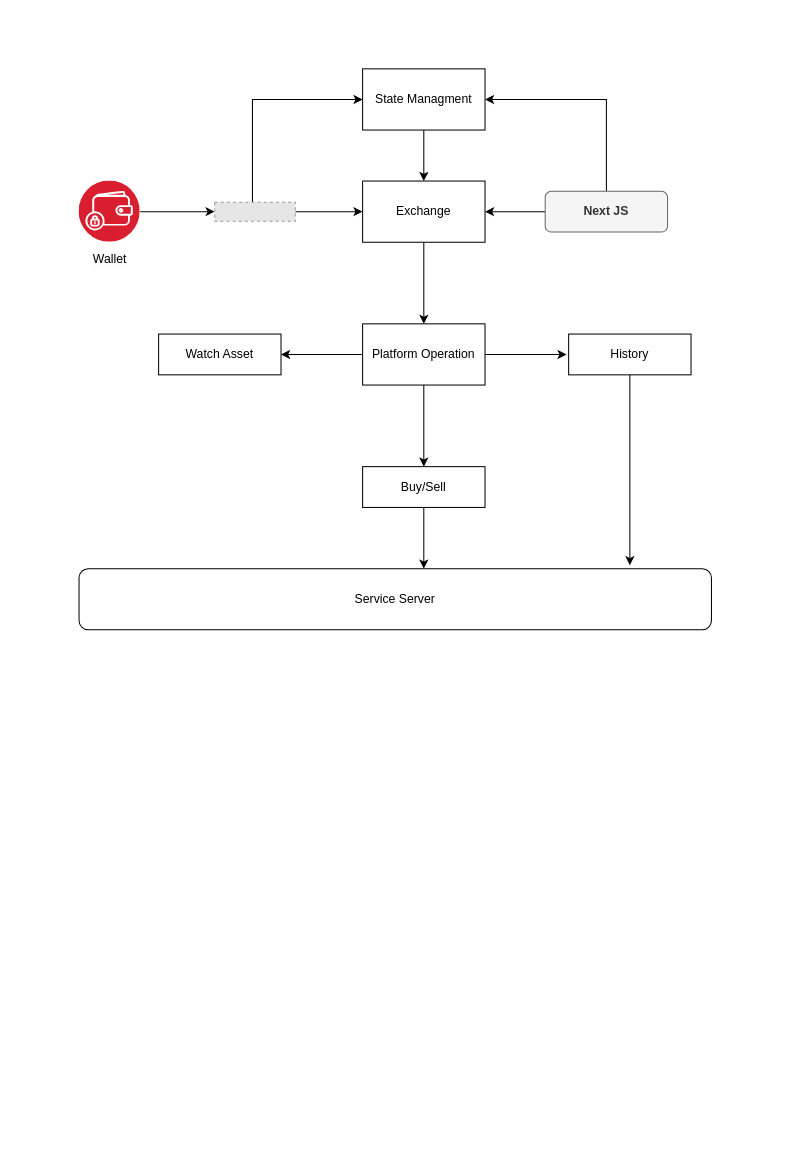
Before: EXchangeCustomTokens.drawio in ali-05-ahmed/Concept-Diagrams, a draw.io diagram. Source tidied: cells renumbered, new cells numbered last; positions are measured from the earlier drawing's top-left corner, leaving out a move shared by most shapes. Both pictures are drawn from the tidied source at 102%, with x=0, y=0 at pixel (79, 68). Pictures stored in the file or linked from it are replaced by grey dashed boxes.
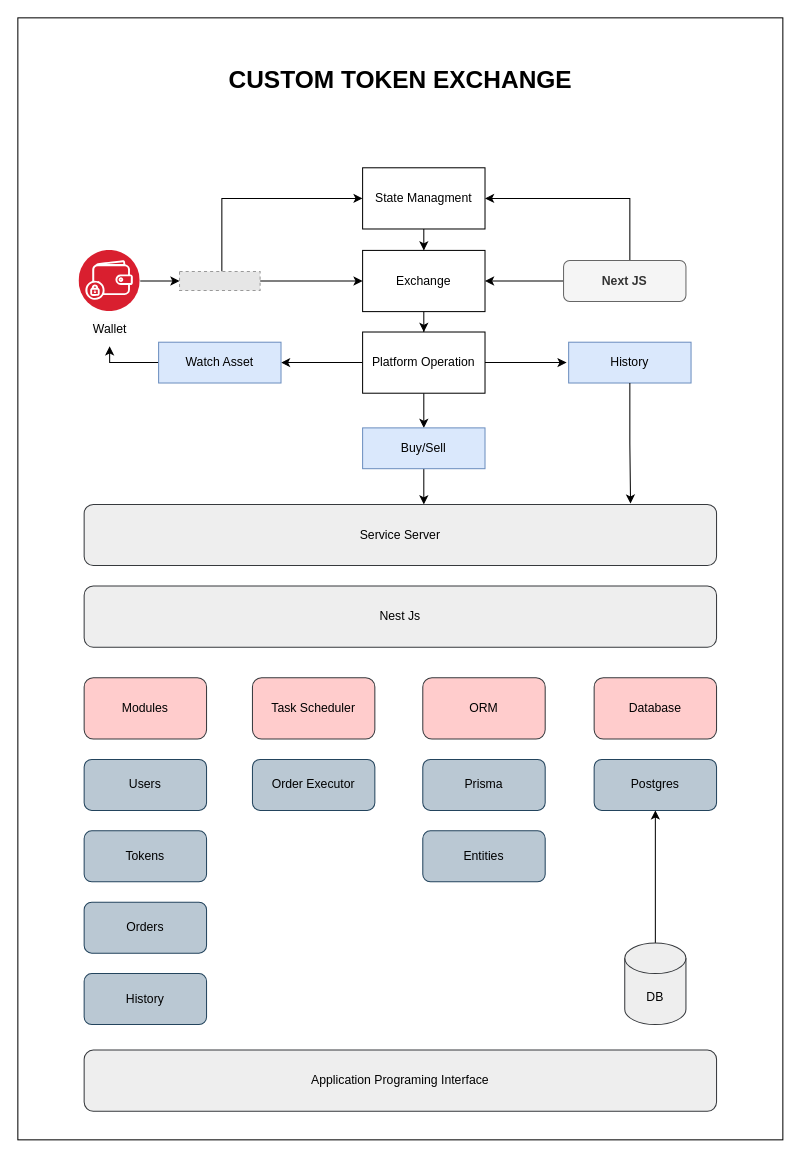
The same diagram, later.

The edit, as a diff of the source:
```diff
@@
+    <mxCell id="24" style="rounded=0;whiteSpace=wrap;html=1;" parent="1" vertex="1">
+      <mxGeometry x="-60" y="-50" width="750" height="1100" as="geometry" />
+    </mxCell>
@@
     <mxCell id="3" value="Exchange" style="rounded=0;whiteSpace=wrap;html=1;" parent="1" vertex="1">
-      <mxGeometry x="278" y="110" width="120" height="60" as="geometry" />
+      <mxGeometry x="278" y="178" width="120" height="60" as="geometry" />
     </mxCell>
@@
     <mxCell id="5" value="&lt;span style=&quot;color: rgb(0, 0, 0); text-wrap: wrap; background-color: rgb(251, 251, 251);&quot;&gt;Wallet&lt;/span&gt;" style="image;perimeter=ellipsePerimeter;html=1;align=center;shadow=0;dashed=0;fontColor=#4277BB;labelBackgroundColor=default;fontSize=12;spacingTop=3;image=img/lib/ibm/blockchain/wallet.svg;" parent="1" vertex="1">
-      <mxGeometry y="110" width="60" height="60" as="geometry" />
+      <mxGeometry y="178" width="60" height="60" as="geometry" />
     </mxCell>
@@
     <mxCell id="7" style="edgeStyle=orthogonalEdgeStyle;rounded=0;jettySize=auto;html=1;entryX=0;entryY=0.5;entryDx=0;entryDy=0;" parent="1" edge="1" source="8" target="13">
       <mxGeometry relative="1" as="geometry">
         <Array as="points">
-          <mxPoint x="170" y="30" />
+          <mxPoint x="140" y="127" />
         </Array>
       </mxGeometry>
     </mxCell>
     <mxCell id="8" style="fillColor=#E6E6E6;strokeColor=#999999;dashed=1;verticalLabelPosition=bottom;labelBackgroundColor=default;verticalAlign=top;" parent="1" vertex="1">
-      <mxGeometry x="133" y="130.7" width="79" height="18.6" as="geometry" />
+      <mxGeometry x="98.5" y="198.7" width="79" height="18.6" as="geometry" />
     </mxCell>
@@
     <mxCell id="10" style="edgeStyle=orthogonalEdgeStyle;rounded=0;jettySize=auto;html=1;entryX=1;entryY=0.5;entryDx=0;entryDy=0;" parent="1" edge="1" source="11" target="13">
       <mxGeometry relative="1" as="geometry">
         <Array as="points">
-          <mxPoint x="517" y="30" />
+          <mxPoint x="540" y="127" />
         </Array>
       </mxGeometry>
     </mxCell>
     <mxCell id="11" value="&lt;b&gt;Next JS&lt;/b&gt;" style="rounded=1;whiteSpace=wrap;html=1;fillColor=#f5f5f5;fontColor=#333333;strokeColor=#666666;" parent="1" vertex="1">
-      <mxGeometry x="457" y="120" width="120" height="40" as="geometry" />
+      <mxGeometry x="475" y="188" width="120" height="40" as="geometry" />
     </mxCell>
@@
     <mxCell id="13" value="State Managment" style="rounded=0;whiteSpace=wrap;html=1;" parent="1" vertex="1">
-      <mxGeometry x="278" width="120" height="60" as="geometry" />
+      <mxGeometry x="278" y="97" width="120" height="60" as="geometry" />
     </mxCell>
@@
     <mxCell id="16" style="edgeStyle=orthogonalEdgeStyle;rounded=0;jettySize=auto;html=1;" parent="1" edge="1" source="17">
       <mxGeometry relative="1" as="geometry">
-        <mxPoint x="478" y="280" as="targetPoint" />
+        <mxPoint x="478" y="288" as="targetPoint" />
       </mxGeometry>
     </mxCell>
     <mxCell id="17" value="Platform Operation" style="whiteSpace=wrap;html=1;rounded=0;" parent="1" vertex="1">
-      <mxGeometry x="278" y="250" width="120" height="60" as="geometry" />
+      <mxGeometry x="278" y="258" width="120" height="60" as="geometry" />
     </mxCell>
+    <mxCell id="25" style="edgeStyle=orthogonalEdgeStyle;rounded=0;jettySize=auto;html=1;" parent="1" edge="1" source="18">
+      <mxGeometry relative="1" as="geometry">
+        <mxPoint x="30" y="272" as="targetPoint" />
+        <Array as="points">
+          <mxPoint x="30" y="288" />
+        </Array>
+      </mxGeometry>
+    </mxCell>
-    <mxCell id="18" value="Watch Asset" style="whiteSpace=wrap;html=1;rounded=0;" parent="1" vertex="1">
-      <mxGeometry x="78" y="260" width="120" height="40" as="geometry" />
+    <mxCell id="18" value="Watch Asset" style="whiteSpace=wrap;html=1;rounded=0;fillColor=#dae8fc;strokeColor=#6c8ebf;" parent="1" vertex="1">
+      <mxGeometry x="78" y="268" width="120" height="40" as="geometry" />
     </mxCell>
     <mxCell id="19" style="edgeStyle=orthogonalEdgeStyle;rounded=0;jettySize=auto;html=1;" parent="1" edge="1" source="20" target="22">
       <mxGeometry relative="1" as="geometry">
         <Array as="points">
-          <mxPoint x="338" y="470" />
-          <mxPoint x="338" y="470" />
+          <mxPoint x="338" y="422" />
+          <mxPoint x="338" y="422" />
         </Array>
       </mxGeometry>
     </mxCell>
-    <mxCell id="20" value="Buy/Sell" style="whiteSpace=wrap;html=1;rounded=0;" parent="1" vertex="1">
-      <mxGeometry x="278" y="390" width="120" height="40" as="geometry" />
+    <mxCell id="20" value="Buy/Sell" style="whiteSpace=wrap;html=1;rounded=0;fillColor=#dae8fc;strokeColor=#6c8ebf;" parent="1" vertex="1">
+      <mxGeometry x="278" y="352" width="120" height="40" as="geometry" />
     </mxCell>
-    <mxCell id="21" value="History" style="whiteSpace=wrap;html=1;rounded=0;" parent="1" vertex="1">
-      <mxGeometry x="480" y="260" width="120" height="40" as="geometry" />
+    <mxCell id="21" value="History" style="whiteSpace=wrap;html=1;rounded=0;fillColor=#dae8fc;strokeColor=#6c8ebf;" parent="1" vertex="1">
+      <mxGeometry x="480" y="268" width="120" height="40" as="geometry" />
     </mxCell>
-    <mxCell id="22" value="Service Server" style="rounded=1;whiteSpace=wrap;html=1;" parent="1" vertex="1">
-      <mxGeometry y="490" width="620" height="60" as="geometry" />
+    <mxCell id="22" value="Service Server" style="rounded=1;whiteSpace=wrap;html=1;fillColor=#eeeeee;strokeColor=#36393d;" parent="1" vertex="1">
+      <mxGeometry x="5" y="427" width="620" height="60" as="geometry" />
     </mxCell>
-    <mxCell id="23" style="edgeStyle=orthogonalEdgeStyle;rounded=0;jettySize=auto;html=1;entryX=0.871;entryY=-0.055;entryDx=0;entryDy=0;entryPerimeter=0;" parent="1" edge="1" source="21" target="22">
+    <mxCell id="23" style="edgeStyle=orthogonalEdgeStyle;rounded=0;jettySize=auto;html=1;entryX=0.864;entryY=-0.013;entryDx=0;entryDy=0;entryPerimeter=0;" parent="1" edge="1" source="21" target="22">
       <mxGeometry relative="1" as="geometry" />
     </mxCell>
+    <mxCell id="26" value="Nest Js" style="rounded=1;whiteSpace=wrap;html=1;fillColor=#eeeeee;strokeColor=#36393d;" parent="1" vertex="1">
+      <mxGeometry x="5" y="507" width="620" height="60" as="geometry" />
+    </mxCell>
+    <mxCell id="27" value="Modules" style="rounded=1;whiteSpace=wrap;html=1;fillColor=#ffcccc;strokeColor=#36393d;" parent="1" vertex="1">
+      <mxGeometry x="5" y="597" width="120" height="60" as="geometry" />
+    </mxCell>
+    <mxCell id="28" value="Task Scheduler" style="rounded=1;whiteSpace=wrap;html=1;fillColor=#ffcccc;strokeColor=#36393d;" parent="1" vertex="1">
+      <mxGeometry x="170" y="597" width="120" height="60" as="geometry" />
+    </mxCell>
+    <mxCell id="29" value="ORM" style="rounded=1;whiteSpace=wrap;html=1;fillColor=#ffcccc;strokeColor=#36393d;" parent="1" vertex="1">
+      <mxGeometry x="337" y="597" width="120" height="60" as="geometry" />
+    </mxCell>
+    <mxCell id="30" value="Database" style="rounded=1;whiteSpace=wrap;html=1;fillColor=#ffcccc;strokeColor=#36393d;" parent="1" vertex="1">
+      <mxGeometry x="505" y="597" width="120" height="60" as="geometry" />
+    </mxCell>
+    <mxCell id="31" value="Order Executor" style="rounded=1;whiteSpace=wrap;html=1;fillColor=#bac8d3;strokeColor=#23445d;" parent="1" vertex="1">
+      <mxGeometry x="170" y="677" width="120" height="50" as="geometry" />
+    </mxCell>
+    <mxCell id="32" value="Users" style="rounded=1;whiteSpace=wrap;html=1;fillColor=#bac8d3;strokeColor=#23445d;" parent="1" vertex="1">
+      <mxGeometry x="5" y="677" width="120" height="50" as="geometry" />
+    </mxCell>
+    <mxCell id="33" value="Tokens" style="rounded=1;whiteSpace=wrap;html=1;fillColor=#bac8d3;strokeColor=#23445d;" parent="1" vertex="1">
+      <mxGeometry x="5" y="747" width="120" height="50" as="geometry" />
+    </mxCell>
+    <mxCell id="34" value="Orders" style="rounded=1;whiteSpace=wrap;html=1;fillColor=#bac8d3;strokeColor=#23445d;" parent="1" vertex="1">
+      <mxGeometry x="5" y="817" width="120" height="50" as="geometry" />
+    </mxCell>
+    <mxCell id="35" value="History" style="rounded=1;whiteSpace=wrap;html=1;fillColor=#bac8d3;strokeColor=#23445d;" parent="1" vertex="1">
+      <mxGeometry x="5" y="887" width="120" height="50" as="geometry" />
+    </mxCell>
+    <mxCell id="36" value="Prisma" style="rounded=1;whiteSpace=wrap;html=1;fillColor=#bac8d3;strokeColor=#23445d;" parent="1" vertex="1">
+      <mxGeometry x="337" y="677" width="120" height="50" as="geometry" />
+    </mxCell>
+    <mxCell id="37" value="Postgres" style="rounded=1;whiteSpace=wrap;html=1;fillColor=#bac8d3;strokeColor=#23445d;" parent="1" vertex="1">
+      <mxGeometry x="505" y="677" width="120" height="50" as="geometry" />
+    </mxCell>
+    <mxCell id="38" style="edgeStyle=orthogonalEdgeStyle;rounded=0;jettySize=auto;html=1;" parent="1" edge="1" source="39" target="37">
+      <mxGeometry relative="1" as="geometry" />
+    </mxCell>
+    <mxCell id="39" value="DB" style="shape=cylinder3;whiteSpace=wrap;html=1;boundedLbl=1;backgroundOutline=1;size=15;fillColor=#eeeeee;strokeColor=#36393d;" parent="1" vertex="1">
+      <mxGeometry x="535" y="857" width="60" height="80" as="geometry" />
+    </mxCell>
+    <mxCell id="40" value="Entities" style="rounded=1;whiteSpace=wrap;html=1;fillColor=#bac8d3;strokeColor=#23445d;" parent="1" vertex="1">
+      <mxGeometry x="337" y="747" width="120" height="50" as="geometry" />
+    </mxCell>
+    <mxCell id="41" value="Application Programing Interface" style="rounded=1;whiteSpace=wrap;html=1;fillColor=#eeeeee;strokeColor=#36393d;" parent="1" vertex="1">
+      <mxGeometry x="5" y="962" width="620" height="60" as="geometry" />
+    </mxCell>
+    <mxCell id="42" value="&lt;h1 style=&quot;margin-top: 0px;&quot;&gt;CUSTOM TOKEN EXCHANGE&lt;/h1&gt;" style="text;html=1;whiteSpace=wrap;overflow=hidden;rounded=0;" parent="1" vertex="1">
+      <mxGeometry x="145" y="-10" width="340" height="50" as="geometry" />
+    </mxCell>
```
